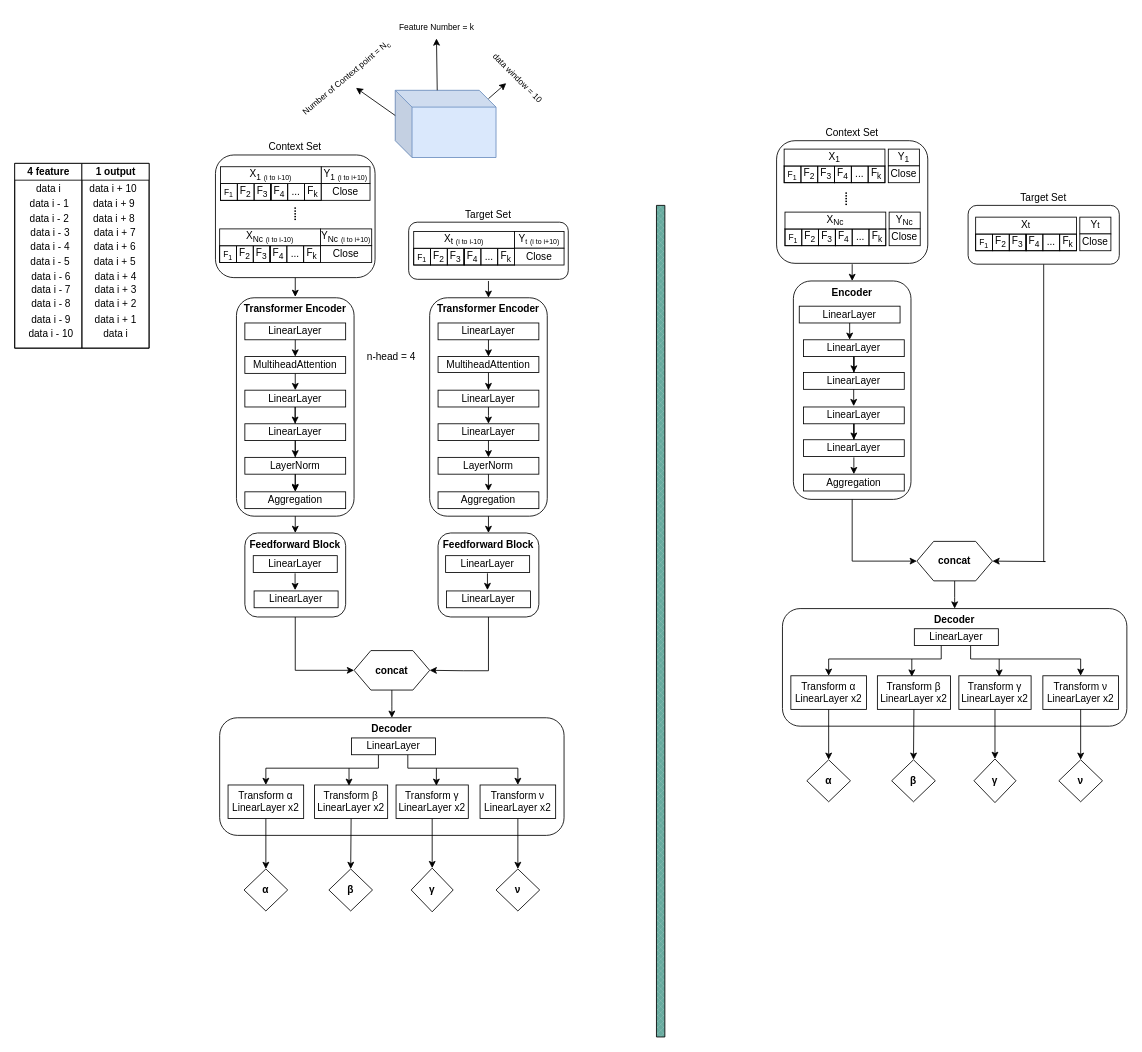
Above: CNP-model-save-name/Untitled Diagram.drawio in FatemehBehravan/ECNP (draw.io), before the change. Source tidied: cells renumbered, new cells numbered last; positions are measured from the earlier drawing's top-left corner, leaving out a move shared by most shapes. Both pictures are drawn from the tidied source at 84%, with x=0, y=0 at pixel (14, 14).
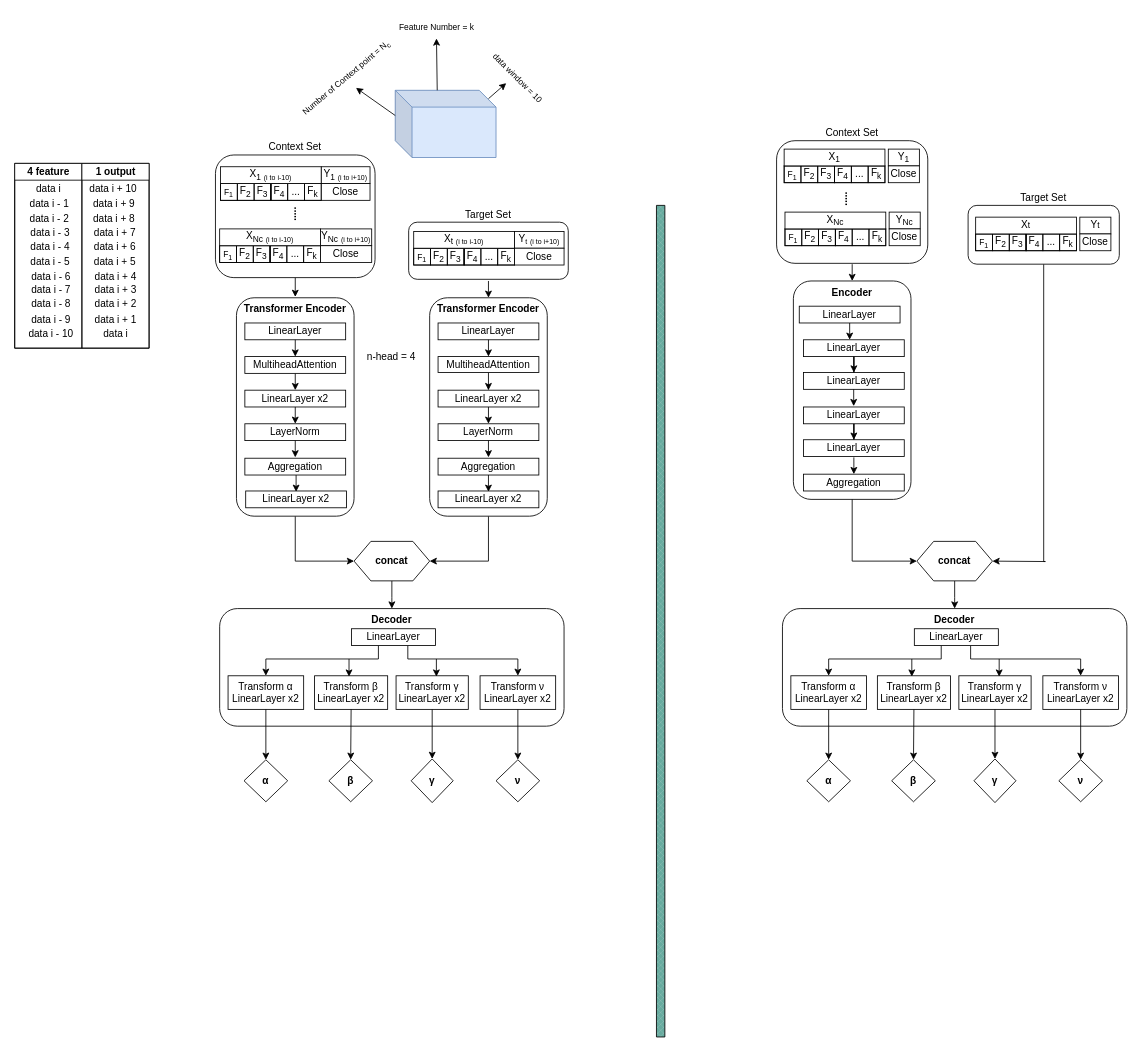
Above is the later version.

Unchanged cells that the change refers to:
```xml
<mxCell id="4" value="&lt;b&gt;Transformer Encoder&lt;/b&gt;" style="rounded=1;whiteSpace=wrap;html=1;verticalAlign=top;" parent="1" vertex="1">
  <mxGeometry x="494" y="337" width="140" height="260" as="geometry" />
</mxCell>
<mxCell id="5" value="&lt;b&gt;Transformer Encoder&lt;/b&gt;" style="rounded=1;whiteSpace=wrap;html=1;align=center;verticalAlign=top;" parent="1" vertex="1">
  <mxGeometry x="264" y="337" width="140" height="260" as="geometry" />
</mxCell>
```

The edit, as a diff of the source:
```diff
@@
+    <mxCell id="214" style="edgeStyle=orthogonalEdgeStyle;rounded=0;jettySize=auto;html=1;entryX=1;entryY=0.5;entryDx=0;entryDy=0;" parent="1" edge="1" source="4" target="37">
+      <mxGeometry relative="1" as="geometry" />
+    </mxCell>
@@
+    <mxCell id="215" style="edgeStyle=orthogonalEdgeStyle;rounded=0;jettySize=auto;html=1;entryX=0;entryY=0.5;entryDx=0;entryDy=0;" parent="1" edge="1" source="5" target="37">
+      <mxGeometry relative="1" as="geometry" />
+    </mxCell>
@@
-    <mxCell id="6" style="edgeStyle=orthogonalEdgeStyle;rounded=0;jettySize=auto;html=1;entryX=0;entryY=0.5;entryDx=0;entryDy=0;exitX=0.5;exitY=1;exitDx=0;exitDy=0;" parent="1" edge="1" source="7" target="37">
-      <mxGeometry relative="1" as="geometry" />
-    </mxCell>
-    <mxCell id="7" value="&lt;b&gt;Feedforward Block&lt;/b&gt;" style="whiteSpace=wrap;html=1;rounded=1;verticalAlign=top;" parent="1" vertex="1">
-      <mxGeometry x="274" y="617" width="120" height="100" as="geometry" />
-    </mxCell>
-    <mxCell id="8" style="edgeStyle=orthogonalEdgeStyle;rounded=0;jettySize=auto;html=1;entryX=1;entryY=0.5;entryDx=0;entryDy=0;" parent="1" edge="1" source="9" target="37">
-      <mxGeometry relative="1" as="geometry">
-        <Array as="points">
-          <mxPoint x="564" y="781" />
-          <mxPoint x="534" y="781" />
-        </Array>
-      </mxGeometry>
-    </mxCell>
-    <mxCell id="9" value="&lt;b&gt;Feedforward Block&lt;/b&gt;" style="whiteSpace=wrap;html=1;rounded=1;verticalAlign=top;" parent="1" vertex="1">
-      <mxGeometry x="504" y="617" width="120" height="100" as="geometry" />
-    </mxCell>
     <mxCell id="10" value="&lt;b&gt;Decoder&lt;/b&gt;" style="rounded=1;whiteSpace=wrap;html=1;verticalAlign=top;" parent="1" vertex="1">
-      <mxGeometry x="244" y="837" width="410" height="140" as="geometry" />
+      <mxGeometry x="244" y="707" width="410" height="140" as="geometry" />
     </mxCell>
@@
-    <mxCell id="13" style="edgeStyle=orthogonalEdgeStyle;rounded=0;jettySize=auto;html=1;" parent="1" edge="1" source="14" target="92">
-      <mxGeometry relative="1" as="geometry" />
-    </mxCell>
-    <mxCell id="14" value="LinearLayer" style="whiteSpace=wrap;html=1;rounded=0;" parent="1" vertex="1">
+    <mxCell id="14" value="LinearLayer x2" style="whiteSpace=wrap;html=1;rounded=0;" parent="1" vertex="1">
       <mxGeometry x="274" y="447" width="120" height="20" as="geometry" />
     </mxCell>
-    <mxCell id="15" value="LinearLayer" style="whiteSpace=wrap;html=1;rounded=0;" parent="1" vertex="1">
-      <mxGeometry x="274" y="487" width="120" height="20" as="geometry" />
-    </mxCell>
     <mxCell id="16" value="LayerNorm" style="whiteSpace=wrap;html=1;rounded=0;" parent="1" vertex="1">
-      <mxGeometry x="274" y="527" width="120" height="20" as="geometry" />
+      <mxGeometry x="274" y="487" width="120" height="20" as="geometry" />
     </mxCell>
@@
-    <mxCell id="19" value="LinearLayer" style="whiteSpace=wrap;html=1;rounded=0;" parent="1" vertex="1">
+    <mxCell id="19" value="LinearLayer x2" style="whiteSpace=wrap;html=1;rounded=0;" parent="1" vertex="1">
       <mxGeometry x="504" y="447" width="120" height="20" as="geometry" />
     </mxCell>
-    <mxCell id="20" value="LinearLayer" style="whiteSpace=wrap;html=1;rounded=0;" parent="1" vertex="1">
-      <mxGeometry x="504" y="487" width="120" height="20" as="geometry" />
-    </mxCell>
     <mxCell id="21" value="LayerNorm" style="whiteSpace=wrap;html=1;rounded=0;" parent="1" vertex="1">
-      <mxGeometry x="504" y="527" width="120" height="20" as="geometry" />
+      <mxGeometry x="504" y="487" width="120" height="20" as="geometry" />
     </mxCell>
-    <mxCell id="22" style="edgeStyle=orthogonalEdgeStyle;rounded=0;orthogonalLoop=1;jettySize=auto;html=1;" parent="1" edge="1">
-      <mxGeometry relative="1" as="geometry">
-        <mxPoint x="333.8" y="467" as="sourcePoint" />
-        <mxPoint x="333.8" y="487" as="targetPoint" />
-        <Array as="points">
-          <mxPoint x="333.8" y="467" />
-        </Array>
-      </mxGeometry>
-    </mxCell>
-    <mxCell id="23" style="edgeStyle=orthogonalEdgeStyle;rounded=0;orthogonalLoop=1;jettySize=auto;html=1;" parent="1" edge="1">
-      <mxGeometry relative="1" as="geometry">
-        <mxPoint x="564" y="467" as="sourcePoint" />
-        <mxPoint x="564" y="487" as="targetPoint" />
-        <Array as="points">
-          <mxPoint x="564" y="477" />
-          <mxPoint x="564" y="477" />
-        </Array>
-      </mxGeometry>
-    </mxCell>
     <mxCell id="24" style="edgeStyle=orthogonalEdgeStyle;rounded=0;orthogonalLoop=1;jettySize=auto;html=1;" parent="1" edge="1">
       <mxGeometry relative="1" as="geometry">
-        <mxPoint x="334" y="507" as="sourcePoint" />
-        <mxPoint x="334" y="527" as="targetPoint" />
+        <mxPoint x="334" y="467" as="sourcePoint" />
+        <mxPoint x="334" y="487" as="targetPoint" />
       </mxGeometry>
     </mxCell>
     <mxCell id="25" style="edgeStyle=orthogonalEdgeStyle;rounded=0;orthogonalLoop=1;jettySize=auto;html=1;" parent="1" edge="1">
       <mxGeometry relative="1" as="geometry">
-        <mxPoint x="564" y="507" as="sourcePoint" />
-        <mxPoint x="564" y="527" as="targetPoint" />
+        <mxPoint x="564" y="467" as="sourcePoint" />
+        <mxPoint x="564" y="487" as="targetPoint" />
       </mxGeometry>
     </mxCell>
     <mxCell id="26" style="edgeStyle=orthogonalEdgeStyle;rounded=0;orthogonalLoop=1;jettySize=auto;html=1;" parent="1" edge="1">
       <mxGeometry relative="1" as="geometry">
-        <mxPoint x="564" y="547" as="sourcePoint" />
-        <mxPoint x="564" y="567" as="targetPoint" />
+        <mxPoint x="564" y="507" as="sourcePoint" />
+        <mxPoint x="564" y="527" as="targetPoint" />
       </mxGeometry>
     </mxCell>
     <mxCell id="27" style="edgeStyle=orthogonalEdgeStyle;rounded=0;orthogonalLoop=1;jettySize=auto;html=1;" parent="1" edge="1">
       <mxGeometry relative="1" as="geometry">
-        <mxPoint x="334" y="547" as="sourcePoint" />
-        <mxPoint x="334" y="567" as="targetPoint" />
+        <mxPoint x="334" y="507" as="sourcePoint" />
+        <mxPoint x="334" y="527" as="targetPoint" />
       </mxGeometry>
     </mxCell>
-    <mxCell id="28" style="edgeStyle=orthogonalEdgeStyle;rounded=0;orthogonalLoop=1;jettySize=auto;html=1;" parent="1" edge="1">
-      <mxGeometry relative="1" as="geometry">
-        <mxPoint x="334" y="597" as="sourcePoint" />
-        <mxPoint x="334" y="617" as="targetPoint" />
-      </mxGeometry>
-    </mxCell>
-    <mxCell id="29" style="edgeStyle=orthogonalEdgeStyle;rounded=0;orthogonalLoop=1;jettySize=auto;html=1;" parent="1" edge="1">
-      <mxGeometry relative="1" as="geometry">
-        <mxPoint x="564" y="597" as="sourcePoint" />
-        <mxPoint x="564" y="617" as="targetPoint" />
-      </mxGeometry>
-    </mxCell>
-    <mxCell id="30" value="LinearLayer" style="whiteSpace=wrap;html=1;rounded=0;" parent="1" vertex="1">
-      <mxGeometry x="284" y="644" width="100" height="20" as="geometry" />
-    </mxCell>
-    <mxCell id="31" style="edgeStyle=orthogonalEdgeStyle;rounded=0;orthogonalLoop=1;jettySize=auto;html=1;" parent="1" edge="1">
-      <mxGeometry relative="1" as="geometry">
-        <mxPoint x="333.8" y="665" as="sourcePoint" />
-        <mxPoint x="333.8" y="685" as="targetPoint" />
-        <Array as="points">
-          <mxPoint x="333.8" y="665" />
-        </Array>
-      </mxGeometry>
-    </mxCell>
-    <mxCell id="32" value="LinearLayer" style="whiteSpace=wrap;html=1;rounded=0;" parent="1" vertex="1">
-      <mxGeometry x="285" y="686" width="100" height="20" as="geometry" />
-    </mxCell>
-    <mxCell id="33" value="LinearLayer" style="whiteSpace=wrap;html=1;rounded=0;" parent="1" vertex="1">
-      <mxGeometry x="513" y="644" width="100" height="20" as="geometry" />
-    </mxCell>
-    <mxCell id="34" style="edgeStyle=orthogonalEdgeStyle;rounded=0;orthogonalLoop=1;jettySize=auto;html=1;" parent="1" edge="1">
-      <mxGeometry relative="1" as="geometry">
-        <mxPoint x="562.8" y="665" as="sourcePoint" />
-        <mxPoint x="562.8" y="685" as="targetPoint" />
-        <Array as="points">
-          <mxPoint x="562.8" y="665" />
-        </Array>
-      </mxGeometry>
-    </mxCell>
-    <mxCell id="35" value="LinearLayer" style="whiteSpace=wrap;html=1;rounded=0;" parent="1" vertex="1">
-      <mxGeometry x="514" y="686" width="100" height="20" as="geometry" />
-    </mxCell>
     <mxCell id="36" style="edgeStyle=orthogonalEdgeStyle;rounded=0;jettySize=auto;html=1;" parent="1" edge="1" source="37">
       <mxGeometry relative="1" as="geometry">
-        <mxPoint x="449" y="837" as="targetPoint" />
+        <mxPoint x="449" y="707" as="targetPoint" />
       </mxGeometry>
     </mxCell>
     <mxCell id="37" value="&lt;b&gt;concat&lt;/b&gt;" style="shape=hexagon;perimeter=hexagonPerimeter2;whiteSpace=wrap;html=1;fixedSize=1;" parent="1" vertex="1">
-      <mxGeometry x="404" y="757" width="90" height="47" as="geometry" />
+      <mxGeometry x="404" y="627" width="90" height="47" as="geometry" />
     </mxCell>
     <mxCell id="38" style="edgeStyle=orthogonalEdgeStyle;rounded=0;jettySize=auto;html=1;exitX=0.5;exitY=1;exitDx=0;exitDy=0;entryX=0.5;entryY=0;entryDx=0;entryDy=0;" parent="1" edge="1" target="41">
       <mxGeometry relative="1" as="geometry">
-        <mxPoint x="433" y="881" as="sourcePoint" />
+        <mxPoint x="433" y="751" as="sourcePoint" />
         <Array as="points">
-          <mxPoint x="433" y="897" />
-          <mxPoint x="299" y="897" />
+          <mxPoint x="433" y="767" />
+          <mxPoint x="299" y="767" />
         </Array>
       </mxGeometry>
     </mxCell>
     <mxCell id="39" style="edgeStyle=orthogonalEdgeStyle;rounded=0;jettySize=auto;html=1;entryX=0.5;entryY=0;entryDx=0;entryDy=0;exitX=0.5;exitY=1;exitDx=0;exitDy=0;" parent="1" edge="1" target="44">
       <mxGeometry relative="1" as="geometry">
-        <mxPoint x="468" y="881" as="sourcePoint" />
+        <mxPoint x="468" y="751" as="sourcePoint" />
         <Array as="points">
-          <mxPoint x="468" y="897" />
-          <mxPoint x="599" y="897" />
+          <mxPoint x="468" y="767" />
+          <mxPoint x="599" y="767" />
         </Array>
       </mxGeometry>
     </mxCell>
     <mxCell id="40" value="LinearLayer" style="whiteSpace=wrap;html=1;rounded=0;" parent="1" vertex="1">
-      <mxGeometry x="401" y="861" width="100" height="20" as="geometry" />
+      <mxGeometry x="401" y="731" width="100" height="20" as="geometry" />
     </mxCell>
     <mxCell id="41" value="&lt;div style=&quot;&quot;&gt;&lt;span style=&quot;background-color: transparent; color: light-dark(rgb(0, 0, 0), rgb(255, 255, 255));&quot;&gt;Transform&amp;nbsp;&lt;/span&gt;&lt;span style=&quot;background-color: transparent;&quot;&gt;α&lt;/span&gt;&lt;/div&gt;&lt;span style=&quot;color: rgba(0, 0, 0, 0); font-family: monospace; font-size: 0px; text-wrap-mode: nowrap;&quot;&gt;&lt;span style=&quot;color: rgb(0, 0, 0); font-family: Helvetica; font-size: 12px; text-wrap-mode: wrap;&quot;&gt;LinearLayer x2&lt;/span&gt;%3CmxGraphModel%3E%3Croot%3E%3CmxCell%20id%3D%220%22%2F%3E%3CmxCell%20id%3D%221%22%20parent%3D%220%22%2F%3E%3CmxCell%20id%3D%222%22%20value%3D%22%22%20style%3D%22endArrow%3Dclassic%3Brounded%3D0%3BstrokeWidth%3D1%3BstartSize%3D1%3BendSize%3D1%3BsourcePerimeterSpacing%3D0%3BtargetPerimeterSpacing%3D0%3BexitX%3D0.417%3BexitY%3D0.667%3BexitDx%3D0%3BexitDy%3D0%3BexitPerimeter%3D0%3BverticalAlign%3Dbottom%3Bhtml%3D1%3B%22%20edge%3D%221%22%20parent%3D%221%22%3E%3CmxGeometry%20width%3D%2250%22%20height%3D%2250%22%20relative%3D%221%22%20as%3D%22geometry%22%3E%3CmxPoint%20x%3D%22326%22%20y%3D%22592.02%22%20as%3D%22sourcePoint%22%2F%3E%3CmxPoint%20x%3D%22335.96000000000004%22%20y%3D%22592%22%20as%3D%22targetPoint%22%2F%3E%3CArray%20as%3D%22points%22%2F%3E%3C%2FmxGeometry%3E%3C%2FmxCell%3E%3C%2Froot%3E%3C%2FmxGraphModel%3E&lt;/span&gt;" style="rounded=0;whiteSpace=wrap;html=1;align=center;" parent="1" vertex="1">
-      <mxGeometry x="254" y="917" width="90" height="40" as="geometry" />
+      <mxGeometry x="254" y="787" width="90" height="40" as="geometry" />
     </mxCell>
     <mxCell id="42" value="&lt;div style=&quot;&quot;&gt;&lt;span style=&quot;background-color: transparent; color: light-dark(rgb(0, 0, 0), rgb(255, 255, 255));&quot;&gt;Transform&amp;nbsp;&lt;/span&gt;&lt;span style=&quot;background-color: transparent;&quot;&gt;β&lt;/span&gt;&lt;/div&gt;LinearLayer x2" style="rounded=0;whiteSpace=wrap;html=1;align=center;" parent="1" vertex="1">
-      <mxGeometry x="357" y="917" width="87" height="40" as="geometry" />
+      <mxGeometry x="357" y="787" width="87" height="40" as="geometry" />
     </mxCell>
     <mxCell id="43" value="Transform&amp;nbsp;&lt;span style=&quot;&quot;&gt;γ&lt;br&gt;&lt;/span&gt;&lt;span style=&quot;text-wrap-mode: nowrap; color: rgba(0, 0, 0, 0); font-family: monospace; font-size: 0px;&quot;&gt;&lt;span style=&quot;color: rgb(0, 0, 0); font-family: Helvetica; font-size: 12px; text-wrap-mode: wrap;&quot;&gt;LinearLayer x2&lt;/span&gt;%3CmxGraphModel%3E%3Croot%3E%3CmxCell%20id%3D%220%22%2F%3E%3CmxCell%20id%3D%221%22%20parent%3D%220%22%2F%3E%3CmxCell%20id%3D%222%22%20value%3D%22%22%20style%3D%22endArrow%3Dclassic%3Brounded%3D0%3BstrokeWidth%3D1%3BstartSize%3D1%3BendSize%3D1%3BsourcePerimeterSpacing%3D0%3BtargetPerimeterSpacing%3D0%3BexitX%3D0.417%3BexitY%3D0.667%3BexitDx%3D0%3BexitDy%3D0%3BexitPerimeter%3D0%3BverticalAlign%3Dbottom%3Bhtml%3D1%3B%22%20edge%3D%221%22%20parent%3D%221%22%3E%3CmxGeometry%20width%3D%2250%22%20height%3D%2250%22%20relative%3D%221%22%20as%3D%22geometry%22%3E%3CmxPoint%20x%3D%22326%22%20y%3D%22592.02%22%20as%3D%22sourcePoint%22%2F%3E%3CmxPoint%20x%3D%22335.96000000000004%22%20y%3D%22592%22%20as%3D%22targetPoint%22%2F%3E%3CArray%20as%3D%22points%22%2F%3E%3C%2FmxGeometry%3E%3C%2FmxCell%3E%3C%2Froot%3E%3C%2FmxGraphModel%3E&lt;/span&gt;" style="rounded=0;whiteSpace=wrap;html=1;align=center;" parent="1" vertex="1">
-      <mxGeometry x="454" y="917" width="86" height="40" as="geometry" />
+      <mxGeometry x="454" y="787" width="86" height="40" as="geometry" />
     </mxCell>
     <mxCell id="44" value="&lt;div style=&quot;&quot;&gt;&lt;span style=&quot;background-color: transparent; color: light-dark(rgb(0, 0, 0), rgb(255, 255, 255));&quot;&gt;Transform&amp;nbsp;&lt;/span&gt;&lt;span style=&quot;background-color: transparent;&quot;&gt;ν&lt;/span&gt;&lt;/div&gt;&lt;span style=&quot;text-wrap-mode: nowrap; color: rgba(0, 0, 0, 0); font-family: monospace; font-size: 0px;&quot;&gt;&lt;span style=&quot;color: rgb(0, 0, 0); font-family: Helvetica; font-size: 12px; text-wrap-mode: wrap;&quot;&gt;LinearLayer x2&lt;/span&gt;%&amp;nbsp; vd3CmxGraphModel%3E%3Croot%3E%3CmxCell%20id%3D%220%22%2F%3E%3CmxCell%20id%3D%221%22%20parent%3D%220%22%2F%3E%3CmxCell%20id%3D%222%22%20value%3D%22%22%20style%3D%22endArrow%3Dclassic%3Brounded%3D0%3BstrokeWidth%3D1%3BstartSize%3D1%3BendSize%3D1%3BsourcePerimeterSpacing%3D0%3BtargetPerimeterSpacing%3D0%3BexitX%3D0.417%3BexitY%3D0.667%3BexitDx%3D0%3BexitDy%3D0%3BexitPerimeter%3D0%3BverticalAlign%3Dbottom%3Bhtml%3D1%3B%22%20edge%3D%221%22%20parent%3D%221%22%3E%3CmxGeometry%20width%3D%2250%22%20height%3D%2250%22%20relative%3D%221%22%20as%3D%22geometry%22%3E%3CmxPoint%20x%3D%22326%22%20y%3D%22592.02%22%20as%3D%22sourcePoint%22%2F%3E%3CmxPoint%20x%3D%22335.96000000000004%22%20y%3D%22592%22%20as%3D%22targetPoint%22%2F%3E%3CArray%20as%3D%22points%22%2F%3E%3C%2FmxGeometry%3E%3C%2FmxCell%3E%3C%2Froot%3E%3C%2FmxGraphModel%3E&lt;/span&gt;" style="rounded=0;whiteSpace=wrap;html=1;align=center;" parent="1" vertex="1">
-      <mxGeometry x="554" y="917" width="90" height="40" as="geometry" />
+      <mxGeometry x="554" y="787" width="90" height="40" as="geometry" />
     </mxCell>
     <mxCell id="45" style="endArrow=classic;html=1;rounded=0;entryX=0.589;entryY=0.024;entryDx=0;entryDy=0;entryPerimeter=0;" parent="1" edge="1">
       <mxGeometry relative="1" as="geometry">
-        <mxPoint x="502" y="897" as="sourcePoint" />
-        <mxPoint x="502" y="918" as="targetPoint" />
+        <mxPoint x="502" y="767" as="sourcePoint" />
+        <mxPoint x="502" y="788" as="targetPoint" />
       </mxGeometry>
     </mxCell>
     <mxCell id="46" style="endArrow=classic;html=1;rounded=0;entryX=0.589;entryY=0.024;entryDx=0;entryDy=0;entryPerimeter=0;" parent="1" edge="1">
       <mxGeometry relative="1" as="geometry">
-        <mxPoint x="398" y="897" as="sourcePoint" />
-        <mxPoint x="398" y="918" as="targetPoint" />
+        <mxPoint x="398" y="767" as="sourcePoint" />
+        <mxPoint x="398" y="788" as="targetPoint" />
       </mxGeometry>
     </mxCell>
     <mxCell id="47" value="&lt;span style=&quot;text-align: start;&quot;&gt;&lt;b&gt;α&lt;/b&gt;&lt;/span&gt;" style="rhombus;whiteSpace=wrap;html=1;" parent="1" vertex="1">
-      <mxGeometry x="273" y="1017" width="52" height="50" as="geometry" />
+      <mxGeometry x="273" y="887" width="52" height="50" as="geometry" />
     </mxCell>
     <mxCell id="48" value="&lt;span style=&quot;text-align: start;&quot;&gt;&lt;b&gt;β&lt;/b&gt;&lt;/span&gt;" style="rhombus;whiteSpace=wrap;html=1;" parent="1" vertex="1">
-      <mxGeometry x="374" y="1017" width="52" height="50" as="geometry" />
+      <mxGeometry x="374" y="887" width="52" height="50" as="geometry" />
     </mxCell>
     <mxCell id="49" value="&lt;span style=&quot;text-align: start;&quot;&gt;&lt;b&gt;γ&lt;/b&gt;&lt;/span&gt;" style="rhombus;whiteSpace=wrap;html=1;direction=south;" parent="1" vertex="1">
-      <mxGeometry x="472" y="1016" width="50" height="52" as="geometry" />
+      <mxGeometry x="472" y="886" width="50" height="52" as="geometry" />
     </mxCell>
     <mxCell id="50" value="&lt;span style=&quot;text-align: start;&quot;&gt;&lt;b&gt;ν&lt;/b&gt;&lt;/span&gt;" style="rhombus;whiteSpace=wrap;html=1;" parent="1" vertex="1">
-      <mxGeometry x="573" y="1017" width="52" height="50" as="geometry" />
+      <mxGeometry x="573" y="887" width="52" height="50" as="geometry" />
     </mxCell>
@@
     <mxCell id="52" style="endArrow=classic;html=1;rounded=0;exitX=0.5;exitY=1;exitDx=0;exitDy=0;entryX=0.5;entryY=0;entryDx=0;entryDy=0;" parent="1" edge="1">
       <mxGeometry relative="1" as="geometry">
-        <mxPoint x="400.5" y="957" as="sourcePoint" />
-        <mxPoint x="400" y="1017" as="targetPoint" />
+        <mxPoint x="400.5" y="827" as="sourcePoint" />
+        <mxPoint x="400" y="887" as="targetPoint" />
       </mxGeometry>
     </mxCell>
@@
     <mxCell id="91" value="Aggregation" style="whiteSpace=wrap;html=1;rounded=0;" parent="1" vertex="1">
-      <mxGeometry x="504" y="568" width="120" height="20" as="geometry" />
+      <mxGeometry x="504" y="528" width="120" height="20" as="geometry" />
     </mxCell>
     <mxCell id="92" value="Aggregation" style="whiteSpace=wrap;html=1;rounded=0;" parent="1" vertex="1">
-      <mxGeometry x="274" y="568" width="120" height="20" as="geometry" />
+      <mxGeometry x="274" y="528" width="120" height="20" as="geometry" />
     </mxCell>
@@
+    <mxCell id="216" style="edgeStyle=orthogonalEdgeStyle;rounded=0;orthogonalLoop=1;jettySize=auto;html=1;" parent="1" edge="1">
+      <mxGeometry relative="1" as="geometry">
+        <mxPoint x="564" y="548" as="sourcePoint" />
+        <mxPoint x="564" y="568" as="targetPoint" />
+      </mxGeometry>
+    </mxCell>
+    <mxCell id="217" value="LinearLayer x2" style="whiteSpace=wrap;html=1;rounded=0;" parent="1" vertex="1">
+      <mxGeometry x="504" y="567" width="120" height="20" as="geometry" />
+    </mxCell>
+    <mxCell id="218" style="edgeStyle=orthogonalEdgeStyle;rounded=0;orthogonalLoop=1;jettySize=auto;html=1;" parent="1" edge="1">
+      <mxGeometry relative="1" as="geometry">
+        <mxPoint x="335" y="548" as="sourcePoint" />
+        <mxPoint x="335" y="568" as="targetPoint" />
+      </mxGeometry>
+    </mxCell>
+    <mxCell id="219" value="LinearLayer x2" style="whiteSpace=wrap;html=1;rounded=0;" parent="1" vertex="1">
+      <mxGeometry x="275" y="567" width="120" height="20" as="geometry" />
+    </mxCell>
```
